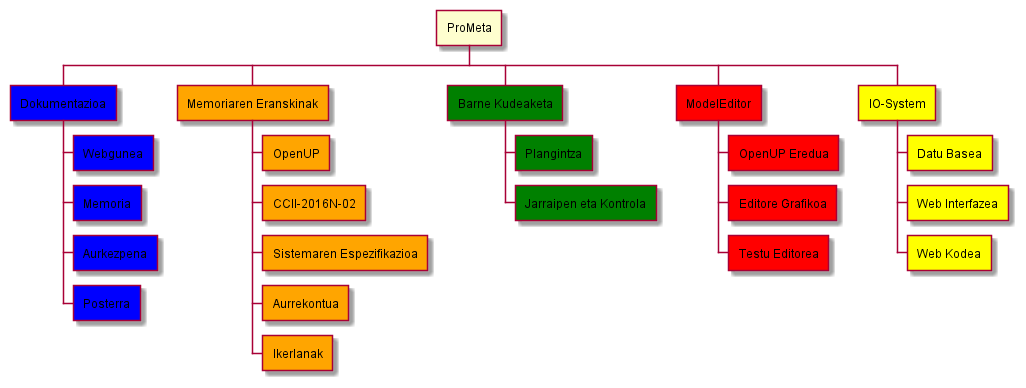
The PlantUML diagram Proiektua/PlantUML/LDE.png in juletx/ProMeta, before a commit. Source of this version:
```plantuml
@startwbs LDE
* ProMeta
**[#blue] Dokumentazioa
***[#blue] Webgunea
***[#blue] Memoria
***[#blue] Aurkezpena
***[#blue] Posterra
**[#orange] Memoriaren Eranskinak
***[#orange] OpenUP
***[#orange] CCII-2016N-02
***[#orange] Sistemaren Espezifikazioa
***[#orange] Aurrekontua
***[#orange] Ikerlanak
**[#green] Barne Kudeaketa
***[#green] Plangintza
***[#green] Jarraipen eta Kontrola
**[#red] ModelEditor
***[#red] OpenUP Eredua
***[#red] Editore Grafikoa
***[#red] Testu Editorea
**[#yellow] IO-System
***[#yellow] Datu Basea
***[#yellow] Web Interfazea
***[#yellow] Web Kodea
@endwbs
```
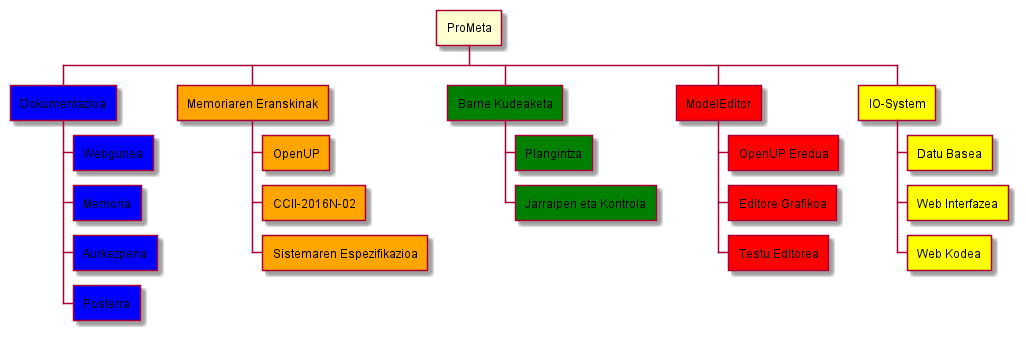
Above is the later version.

Change to the diagram source:
```diff
@@ -9,8 +9,6 @@
 ***[#orange] OpenUP
 ***[#orange] CCII-2016N-02
 ***[#orange] Sistemaren Espezifikazioa
-***[#orange] Aurrekontua
-***[#orange] Ikerlanak
 **[#green] Barne Kudeaketa
 ***[#green] Plangintza
 ***[#green] Jarraipen eta Kontrola
```
